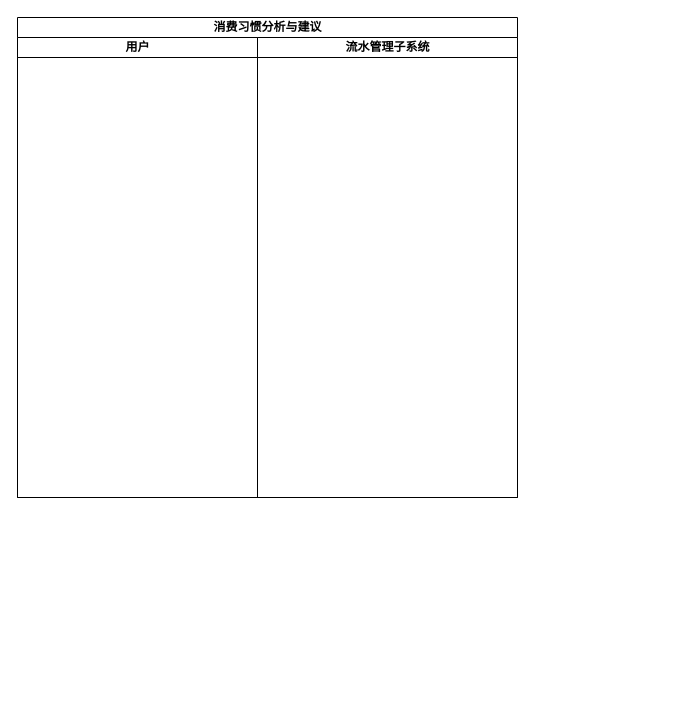
Above: 消费分析与建议活动图.drawio in PomeloLemon/SoftwareDiagrams (draw.io), before the change. Source tidied: cells renumbered, new cells numbered last; positions are measured from the earlier drawing's top-left corner, leaving out a move shared by most shapes. Both pictures are drawn from the tidied source at 100%, with x=0, y=0 at pixel (17, 17).
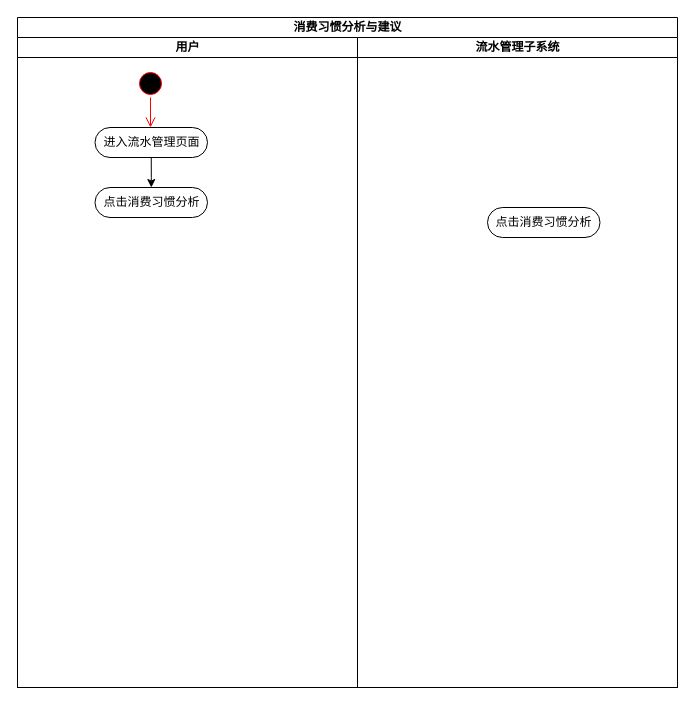
The same diagram, later.

Commit message (it also covers changes not shown here):
更新消费分析与建议活动图.drawio

Diff of the diagram source:
```diff
@@
 <mxGraphModel>
   <root>
     <mxCell id="0" />
     <mxCell id="1" parent="0" />
     <mxCell id="2" value="消费习惯分析与建议" style="swimlane;startSize=20;html=1;" parent="1" vertex="1">
-      <mxGeometry width="500" height="480" as="geometry" />
+      <mxGeometry width="660" height="670" as="geometry" />
     </mxCell>
     <mxCell id="3" value="用户" style="swimlane;startSize=20;html=1;" parent="2" vertex="1">
-      <mxGeometry y="20" width="240" height="460" as="geometry" />
+      <mxGeometry y="20" width="340" height="650" as="geometry" />
     </mxCell>
+    <mxCell id="5" style="ellipse;html=1;shape=startState;fillColor=#000000;strokeColor=#ff0000;" parent="3" vertex="1">
+      <mxGeometry x="118" y="31" width="30" height="30" as="geometry" />
+    </mxCell>
+    <mxCell id="6" style="edgeStyle=orthogonalEdgeStyle;html=1;verticalAlign=bottom;endArrow=open;endSize=8;strokeColor=#ff0000;rounded=0;" parent="3" edge="1">
+      <mxGeometry relative="1" as="geometry">
+        <mxPoint x="133" y="60" as="sourcePoint" />
+        <mxPoint x="133" y="90" as="targetPoint" />
+      </mxGeometry>
+    </mxCell>
+    <mxCell id="7" style="edgeStyle=orthogonalEdgeStyle;rounded=0;jettySize=auto;html=1;exitX=0.5;exitY=1;exitDx=0;exitDy=0;" parent="3" edge="1" source="8" target="9">
+      <mxGeometry relative="1" as="geometry" />
+    </mxCell>
+    <mxCell id="8" value="进入流水管理页面" style="rounded=1;whiteSpace=wrap;html=1;shadow=0;comic=0;labelBackgroundColor=none;strokeWidth=1;fontFamily=Verdana;fontSize=12;align=center;arcSize=50;" parent="3" vertex="1">
+      <mxGeometry x="77.5" y="90" width="112.5" height="30" as="geometry" />
+    </mxCell>
+    <mxCell id="9" value="点击消费习惯分析" style="rounded=1;whiteSpace=wrap;html=1;shadow=0;comic=0;labelBackgroundColor=none;strokeWidth=1;fontFamily=Verdana;fontSize=12;align=center;arcSize=50;" parent="3" vertex="1">
+      <mxGeometry x="77.5" y="150" width="112.5" height="30" as="geometry" />
+    </mxCell>
     <mxCell id="4" value="流水管理子系统" style="swimlane;startSize=20;html=1;" parent="2" vertex="1">
-      <mxGeometry x="240" y="20" width="260" height="460" as="geometry" />
+      <mxGeometry x="340" y="20" width="320" height="650" as="geometry" />
     </mxCell>
+    <mxCell id="10" value="点击消费习惯分析" style="rounded=1;whiteSpace=wrap;html=1;shadow=0;comic=0;labelBackgroundColor=none;strokeWidth=1;fontFamily=Verdana;fontSize=12;align=center;arcSize=50;" parent="4" vertex="1">
+      <mxGeometry x="130" y="170" width="112.5" height="30" as="geometry" />
+    </mxCell>
   </root>
 </mxGraphModel>
```
